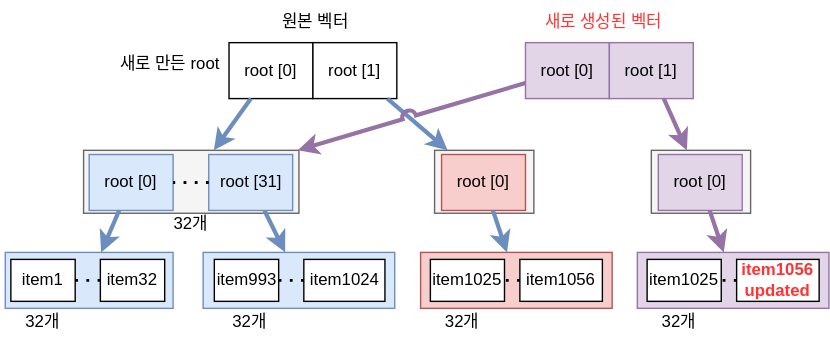
Above: _wiki/clojure/study/vector/vector-1057-tree-copy.svg in johngrib/johngrib.github.io (draw.io), before the change. Source tidied: cells renumbered, new cells last; positions are measured from the earlier drawing's top-left corner, leaving out a move shared by most shapes.
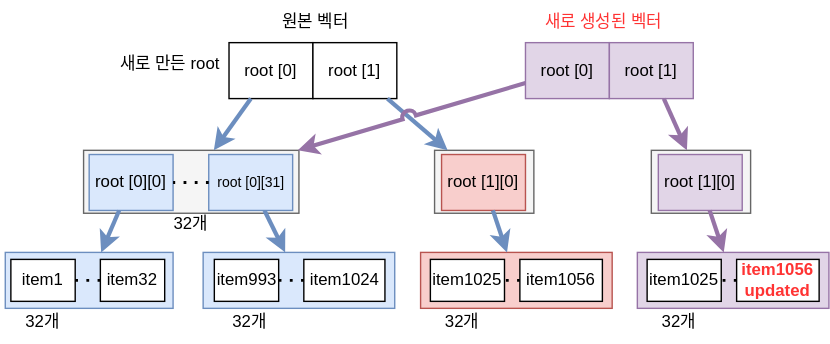
The same file after the commit.

The edit, as a diff of the source:
```diff
@@ -50,13 +50,13 @@
     <mxCell id="17" value="32개" style="text;html=1;strokeColor=none;fillColor=none;align=center;verticalAlign=middle;whiteSpace=wrap;rounded=0;" parent="1" vertex="1">
       <mxGeometry x="106" y="145" width="60" height="30" as="geometry" />
     </mxCell>
-    <mxCell id="18" value="root [0]" style="rounded=0;whiteSpace=wrap;html=1;fillColor=#dae8fc;strokeColor=#6c8ebf;" parent="1" vertex="1">
+    <mxCell id="18" value="root [0][0]" style="rounded=0;whiteSpace=wrap;html=1;fillColor=#dae8fc;strokeColor=#6c8ebf;" parent="1" vertex="1">
       <mxGeometry x="63" y="110" width="60" height="40" as="geometry" />
     </mxCell>
     <mxCell id="19" style="endArrow=classic;html=1;rounded=0;strokeWidth=3;fillColor=#dae8fc;strokeColor=#6c8ebf;" parent="1" edge="1" source="18" target="4">
       <mxGeometry relative="1" as="geometry" />
     </mxCell>
-    <mxCell id="20" value="root [31]" style="rounded=0;whiteSpace=wrap;html=1;fillColor=#dae8fc;strokeColor=#6c8ebf;" parent="1" vertex="1">
+    <mxCell id="20" value="&lt;font style=&quot;font-size: 10px&quot;&gt;root [0][31]&lt;/font&gt;" style="rounded=0;whiteSpace=wrap;html=1;fillColor=#dae8fc;strokeColor=#6c8ebf;" parent="1" vertex="1">
       <mxGeometry x="148.5" y="110" width="60" height="40" as="geometry" />
     </mxCell>
     <mxCell id="21" style="endArrow=none;dashed=1;html=1;dashPattern=1 3;strokeWidth=2;rounded=0;startArrow=none;" parent="1" edge="1" source="20" target="18">
@@ -80,7 +80,7 @@
     <mxCell id="27" value="32개" style="text;html=1;strokeColor=none;fillColor=none;align=center;verticalAlign=middle;whiteSpace=wrap;rounded=0;" parent="1" vertex="1">
       <mxGeometry x="300" y="215" width="60" height="30" as="geometry" />
     </mxCell>
-    <mxCell id="28" value="root [0]" style="rounded=0;whiteSpace=wrap;html=1;fillColor=#f8cecc;strokeColor=#b85450;" parent="1" vertex="1">
+    <mxCell id="28" value="root [1][0]" style="rounded=0;whiteSpace=wrap;html=1;fillColor=#f8cecc;strokeColor=#b85450;" parent="1" vertex="1">
       <mxGeometry x="315" y="110" width="60" height="40" as="geometry" />
     </mxCell>
     <mxCell id="29" style="endArrow=classic;html=1;rounded=0;strokeWidth=3;fillColor=#dae8fc;strokeColor=#6c8ebf;" parent="1" edge="1" source="28" target="23">
@@ -119,7 +119,7 @@
     <mxCell id="40" value="32개" style="text;html=1;strokeColor=none;fillColor=none;align=center;verticalAlign=middle;whiteSpace=wrap;rounded=0;" parent="1" vertex="1">
       <mxGeometry x="455" y="215" width="60" height="30" as="geometry" />
     </mxCell>
-    <mxCell id="41" value="root [0]" style="rounded=0;whiteSpace=wrap;html=1;fillColor=#e1d5e7;strokeColor=#9673a6;" parent="1" vertex="1">
+    <mxCell id="41" value="root [1][0]" style="rounded=0;whiteSpace=wrap;html=1;fillColor=#e1d5e7;strokeColor=#9673a6;" parent="1" vertex="1">
       <mxGeometry x="470" y="110" width="60" height="40" as="geometry" />
     </mxCell>
     <mxCell id="42" style="endArrow=classic;html=1;rounded=0;strokeWidth=3;fillColor=#e1d5e7;strokeColor=#9673a6;" parent="1" edge="1" source="41" target="36">
```
